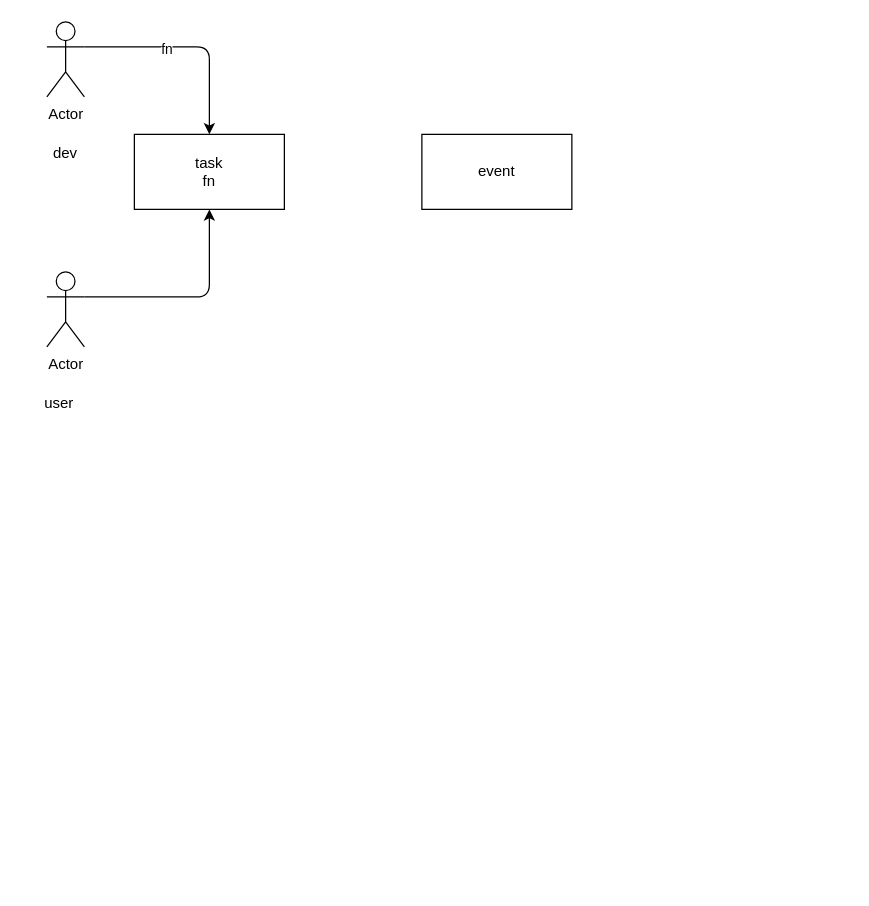
Above: task/docs/design.drawio in infraboard/modules (draw.io), before the change. Source tidied: cells renumbered, new cells numbered last; positions are measured from the earlier drawing's top-left corner, leaving out a move shared by most shapes. Both pictures are drawn from the tidied source at 125%, with x=0, y=0 at pixel (21, 21).
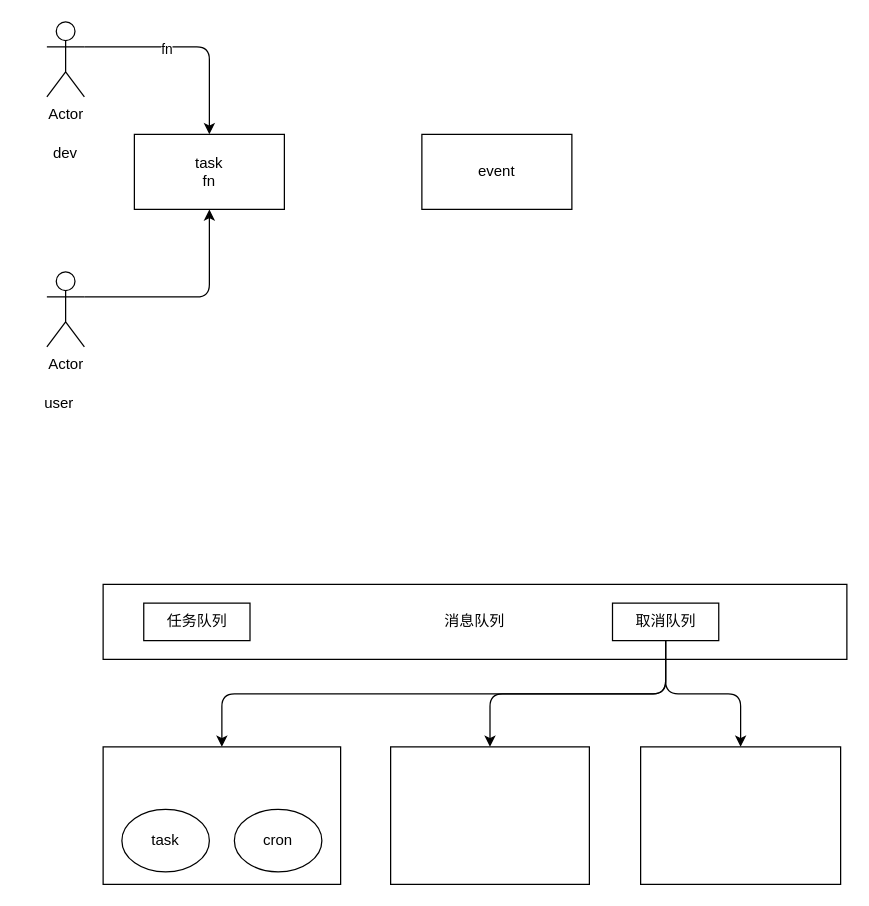
The same diagram, later.

What changed in the source:
```diff
@@
+    <mxCell id="11" style="rounded=0;whiteSpace=wrap;html=1;" parent="1" vertex="1">
+      <mxGeometry x="65" y="580" width="190" height="110" as="geometry" />
+    </mxCell>
+    <mxCell id="12" style="rounded=0;whiteSpace=wrap;html=1;" parent="1" vertex="1">
+      <mxGeometry x="295" y="580" width="159" height="110" as="geometry" />
+    </mxCell>
+    <mxCell id="13" style="rounded=0;whiteSpace=wrap;html=1;" parent="1" vertex="1">
+      <mxGeometry x="495" y="580" width="160" height="110" as="geometry" />
+    </mxCell>
+    <mxCell id="14" value="task" style="ellipse;whiteSpace=wrap;html=1;" parent="1" vertex="1">
+      <mxGeometry x="80" y="630" width="70" height="50" as="geometry" />
+    </mxCell>
+    <mxCell id="15" value="cron" style="ellipse;whiteSpace=wrap;html=1;" parent="1" vertex="1">
+      <mxGeometry x="170" y="630" width="70" height="50" as="geometry" />
+    </mxCell>
+    <mxCell id="16" value="消息队列" style="rounded=0;whiteSpace=wrap;html=1;" parent="1" vertex="1">
+      <mxGeometry x="65" y="450" width="595" height="60" as="geometry" />
+    </mxCell>
+    <mxCell id="17" value="任务队列" style="rounded=0;whiteSpace=wrap;html=1;" parent="1" vertex="1">
+      <mxGeometry x="97.5" y="465" width="85" height="30" as="geometry" />
+    </mxCell>
+    <mxCell id="18" style="edgeStyle=orthogonalEdgeStyle;html=1;exitX=0.5;exitY=1;exitDx=0;exitDy=0;entryX=0.5;entryY=0;entryDx=0;entryDy=0;" parent="1" edge="1" source="21" target="11">
+      <mxGeometry relative="1" as="geometry" />
+    </mxCell>
+    <mxCell id="19" style="edgeStyle=orthogonalEdgeStyle;html=1;exitX=0.5;exitY=1;exitDx=0;exitDy=0;entryX=0.5;entryY=0;entryDx=0;entryDy=0;" parent="1" edge="1" source="21" target="13">
+      <mxGeometry relative="1" as="geometry" />
+    </mxCell>
+    <mxCell id="20" style="edgeStyle=orthogonalEdgeStyle;html=1;exitX=0.5;exitY=1;exitDx=0;exitDy=0;entryX=0.5;entryY=0;entryDx=0;entryDy=0;" parent="1" edge="1" source="21" target="12">
+      <mxGeometry relative="1" as="geometry" />
+    </mxCell>
+    <mxCell id="21" value="取消队列" style="rounded=0;whiteSpace=wrap;html=1;" parent="1" vertex="1">
+      <mxGeometry x="472.5" y="465" width="85" height="30" as="geometry" />
+    </mxCell>
```
